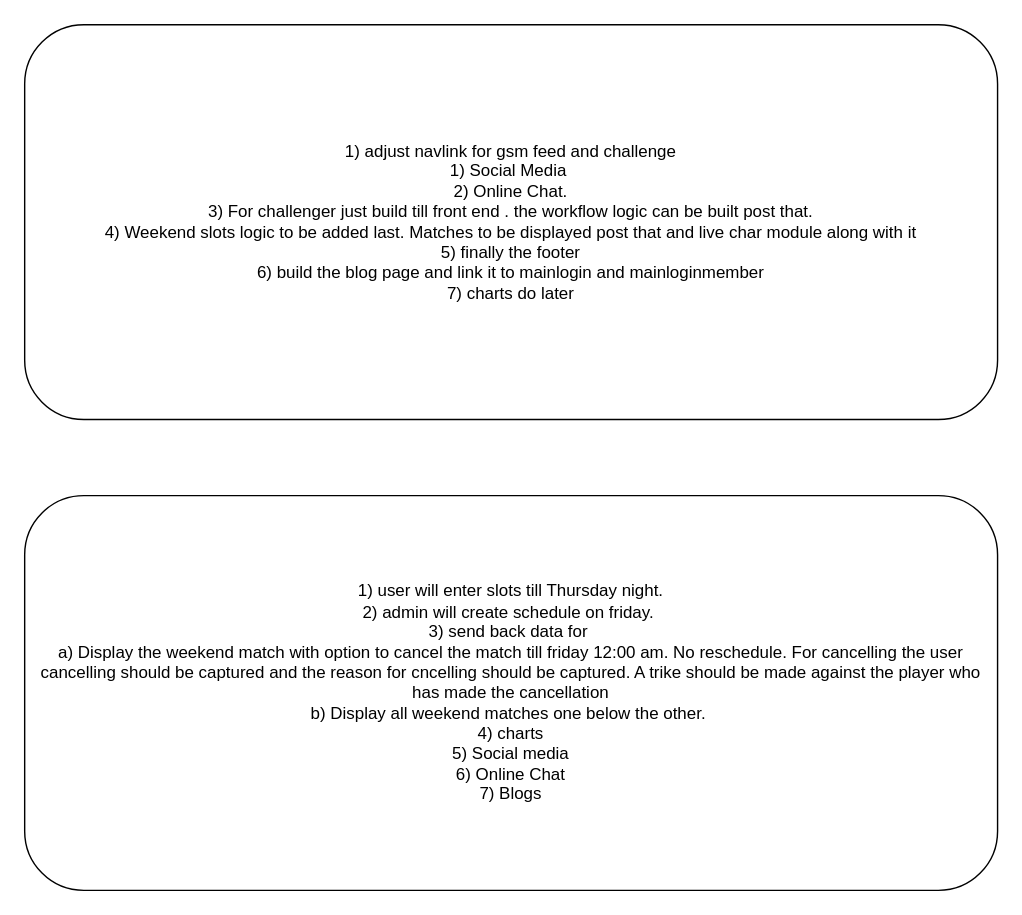
Before: page "What is pending" (6 of 8) of Untitled Diagram.drawio in snair0410/cv, a draw.io diagram. Source tidied: cells renumbered, new cells numbered last; positions are measured from the earlier drawing's top-left corner, leaving out a move shared by most shapes. Both pictures are drawn from the tidied source at 141%, with x=0, y=0 at pixel (24, 24).
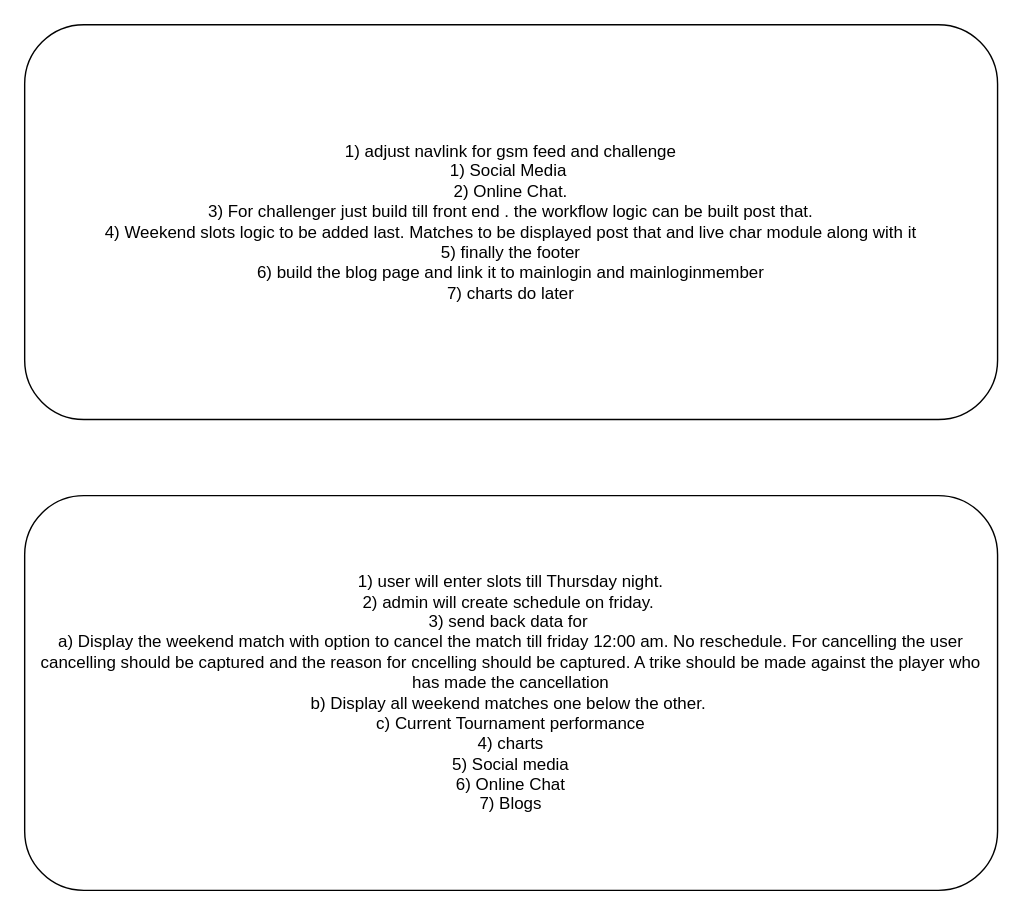
Above is the later version.

What changed in the source:
```diff
@@
 <mxGraphModel>
   <root>
     <mxCell id="0" />
     <mxCell id="1" parent="0" />
     <mxCell id="2" value="1) adjust navlink for gsm feed and challenge&lt;br&gt;1) Social Media&amp;nbsp;&lt;br&gt;2) Online Chat.&lt;br&gt;3) For challenger just build till front end . the workflow logic can be built post that.&lt;br&gt;4) Weekend slots logic to be added last. Matches to be displayed post that and live char module along with it&lt;br&gt;5) finally the footer&lt;br&gt;6) build the blog page and link it to mainlogin and mainloginmember&lt;br&gt;7) charts do later" style="rounded=1;whiteSpace=wrap;html=1;" parent="1" vertex="1">
       <mxGeometry width="690" height="280" as="geometry" />
     </mxCell>
-    <mxCell id="3" value="1) user will enter slots till Thursday night.&lt;br&gt;2) admin will create schedule on friday.&amp;nbsp;&lt;br&gt;3) send back data for&amp;nbsp;&lt;br&gt;a) Display the weekend match with option to cancel the match till friday 12:00 am. No reschedule. For cancelling the user cancelling should be captured and the reason for cncelling should be captured. A trike should be made against the player who has made the cancellation&lt;br&gt;b) Display all weekend matches one below the other.&amp;nbsp;&lt;br&gt;4) charts&lt;br&gt;5) Social media&lt;br&gt;6) Online Chat&lt;br&gt;7) Blogs&lt;br&gt;" style="rounded=1;whiteSpace=wrap;html=1;" parent="1" vertex="1">
+    <mxCell id="3" value="1) user will enter slots till Thursday night.&lt;br&gt;2) admin will create schedule on friday.&amp;nbsp;&lt;br&gt;3) send back data for&amp;nbsp;&lt;br&gt;a) Display the weekend match with option to cancel the match till friday 12:00 am. No reschedule. For cancelling the user cancelling should be captured and the reason for cncelling should be captured. A trike should be made against the player who has made the cancellation&lt;br&gt;b) Display all weekend matches one below the other.&amp;nbsp;&lt;br&gt;c) Current Tournament performance&lt;br&gt;4) charts&lt;br&gt;5) Social media&lt;br&gt;6) Online Chat&lt;br&gt;7) Blogs" style="rounded=1;whiteSpace=wrap;html=1;" parent="1" vertex="1">
       <mxGeometry y="334" width="690" height="280" as="geometry" />
     </mxCell>
   </root>
 </mxGraphModel>
```
